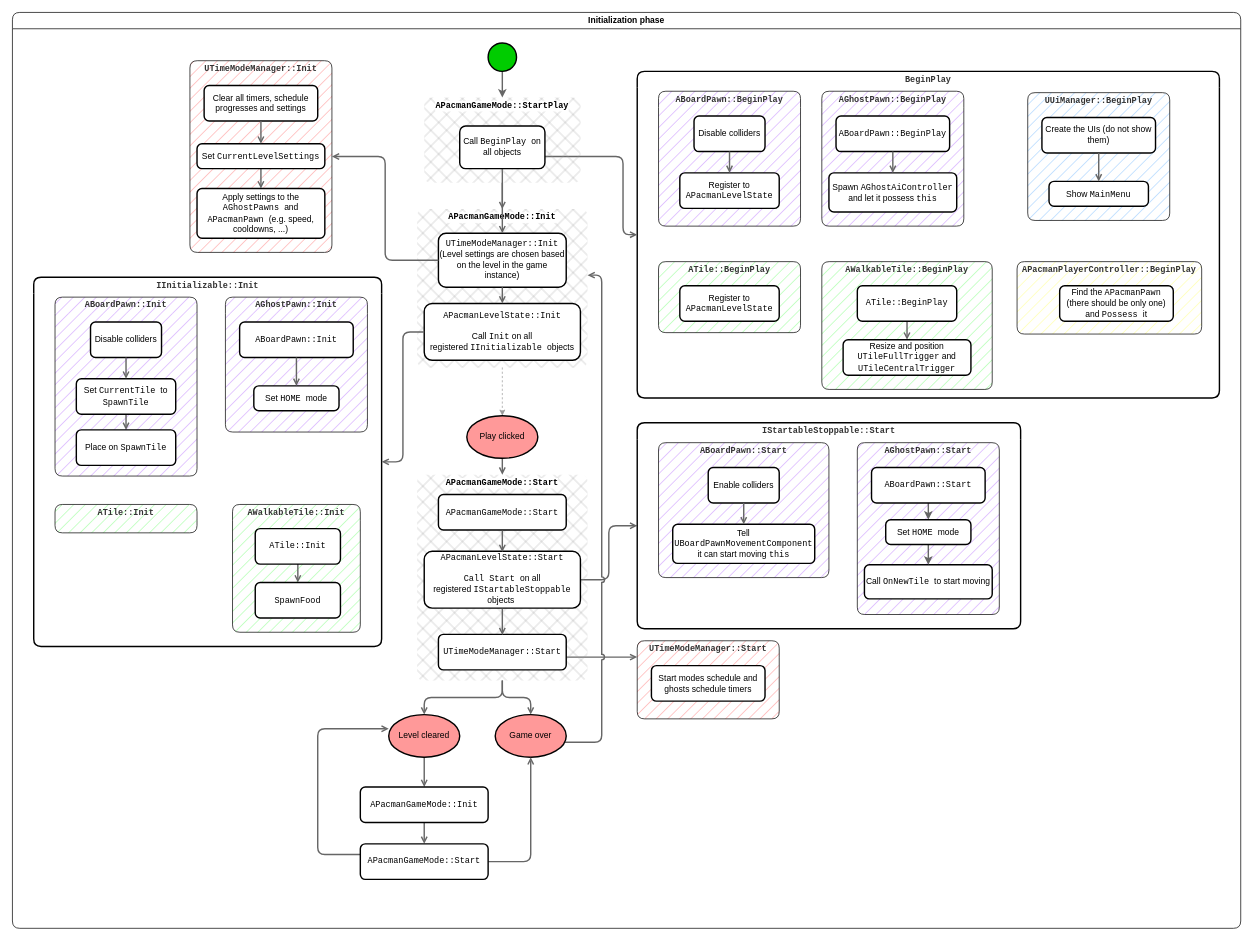
The draw.io diagram Documentation/GameFlowDiagrams/GameFlow.drawio in Lapo9/Pacman, before the edit. Source tidied: cells renumbered, new cells numbered last; positions are measured from the earlier drawing's top-left corner, leaving out a move shared by most shapes. Both pictures are drawn from the tidied source at 71%, with x=0, y=0 at pixel (12, 12).
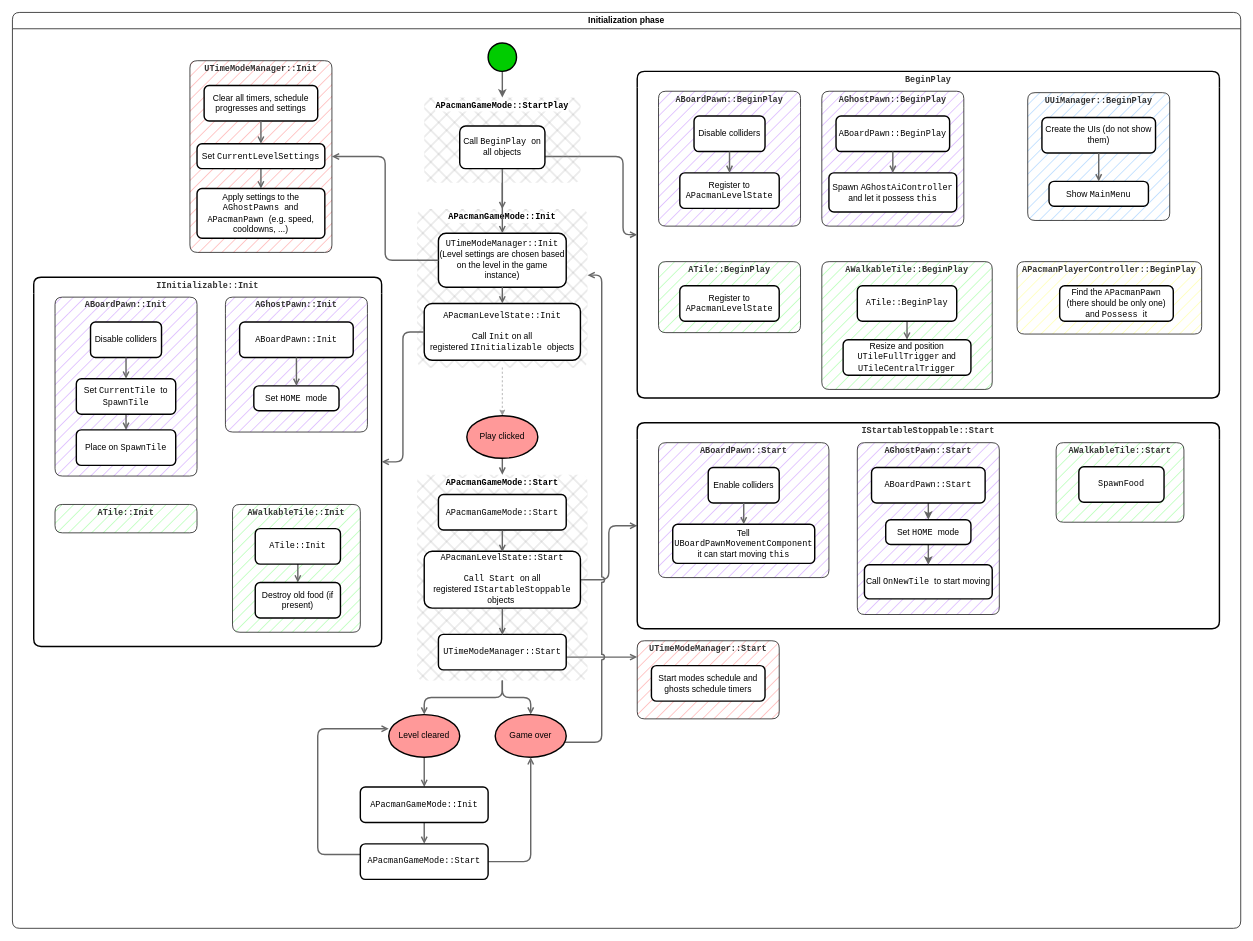
After the change.

Commit message (it also covers changes not shown here):
(Apparently) fixed a rare bug with food spawning and another game breaking bug with board pawns outside of the maze

The change refers to these unchanged cells:
```xml
<mxCell id="2" value="Initialization phase" style="swimlane;whiteSpace=wrap;html=1;rounded=1;swimlaneFillColor=default;" parent="1" vertex="1">
  <mxGeometry width="1730" height="1290" as="geometry" />
</mxCell>
<mxCell id="47" value="AWalkableTile::Init" style="swimlane;whiteSpace=wrap;html=1;fontFamily=Courier New;fillStyle=hatch;fillColor=#99FF99;fontColor=#333333;strokeColor=default;swimlaneFillColor=#99FF99;rounded=1;swimlaneLine=0;glass=0;shadow=0;" parent="34" vertex="1">
  <mxGeometry x="280" y="320" width="180" height="180" as="geometry" />
</mxCell>
```

Change to the diagram source:
```diff
@@
-    <mxCell id="50" value="&lt;font face=&quot;Courier New&quot;&gt;SpawnFood&lt;/font&gt;" style="rounded=1;whiteSpace=wrap;html=1;absoluteArcSize=1;arcSize=14;strokeWidth=2;fontFamily=Helvetica;" parent="47" vertex="1">
+    <mxCell id="50" value="&lt;font&gt;Destroy old food (if present)&lt;/font&gt;" style="rounded=1;whiteSpace=wrap;html=1;absoluteArcSize=1;arcSize=14;strokeWidth=2;fontFamily=Helvetica;" parent="47" vertex="1">
       <mxGeometry x="32" y="110" width="120" height="50" as="geometry" />
     </mxCell>
     <mxCell id="51" value="IStartableStoppable::Start" style="swimlane;whiteSpace=wrap;html=1;fontFamily=Courier New;fillStyle=hatch;fillColor=none;fontColor=#333333;strokeColor=default;swimlaneFillColor=none;rounded=1;swimlaneLine=0;glass=0;shadow=0;strokeWidth=2;" parent="2" vertex="1">
-      <mxGeometry x="880" y="578" width="540" height="290" as="geometry" />
+      <mxGeometry x="880" y="578" width="820" height="290" as="geometry" />
     </mxCell>
@@
+    <mxCell id="100" value="AWalkableTile::Start" style="swimlane;whiteSpace=wrap;html=1;fontFamily=Courier New;fillStyle=hatch;fillColor=#99FF99;fontColor=#333333;strokeColor=default;swimlaneFillColor=#99FF99;rounded=1;swimlaneLine=0;glass=0;shadow=0;" parent="51" vertex="1">
+      <mxGeometry x="590" y="28" width="180" height="112" as="geometry" />
+    </mxCell>
+    <mxCell id="101" value="SpawnFood" style="rounded=1;whiteSpace=wrap;html=1;absoluteArcSize=1;arcSize=14;strokeWidth=2;fontFamily=Courier New;" parent="100" vertex="1">
+      <mxGeometry x="32" y="34" width="120" height="50" as="geometry" />
+    </mxCell>
```
